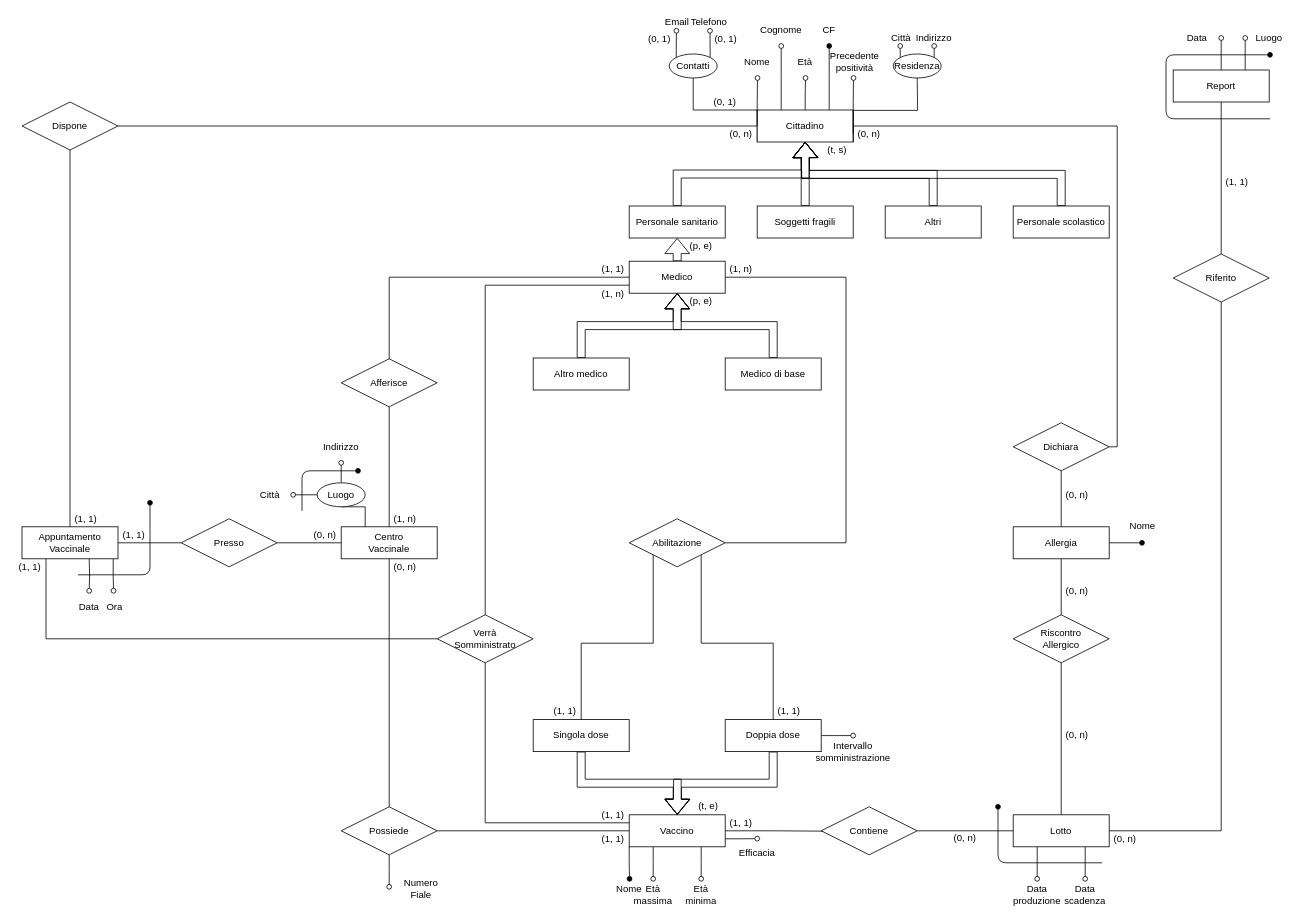
Before: page "ERv2" (2 of 8) of ER.drawio in TheFlonet/DB, a draw.io diagram. Source tidied: cells renumbered, new cells numbered last; positions are measured from the earlier drawing's top-left corner, leaving out a move shared by most shapes. Both pictures are drawn from the tidied source at 80%, with x=0, y=0 at pixel (14, 14).
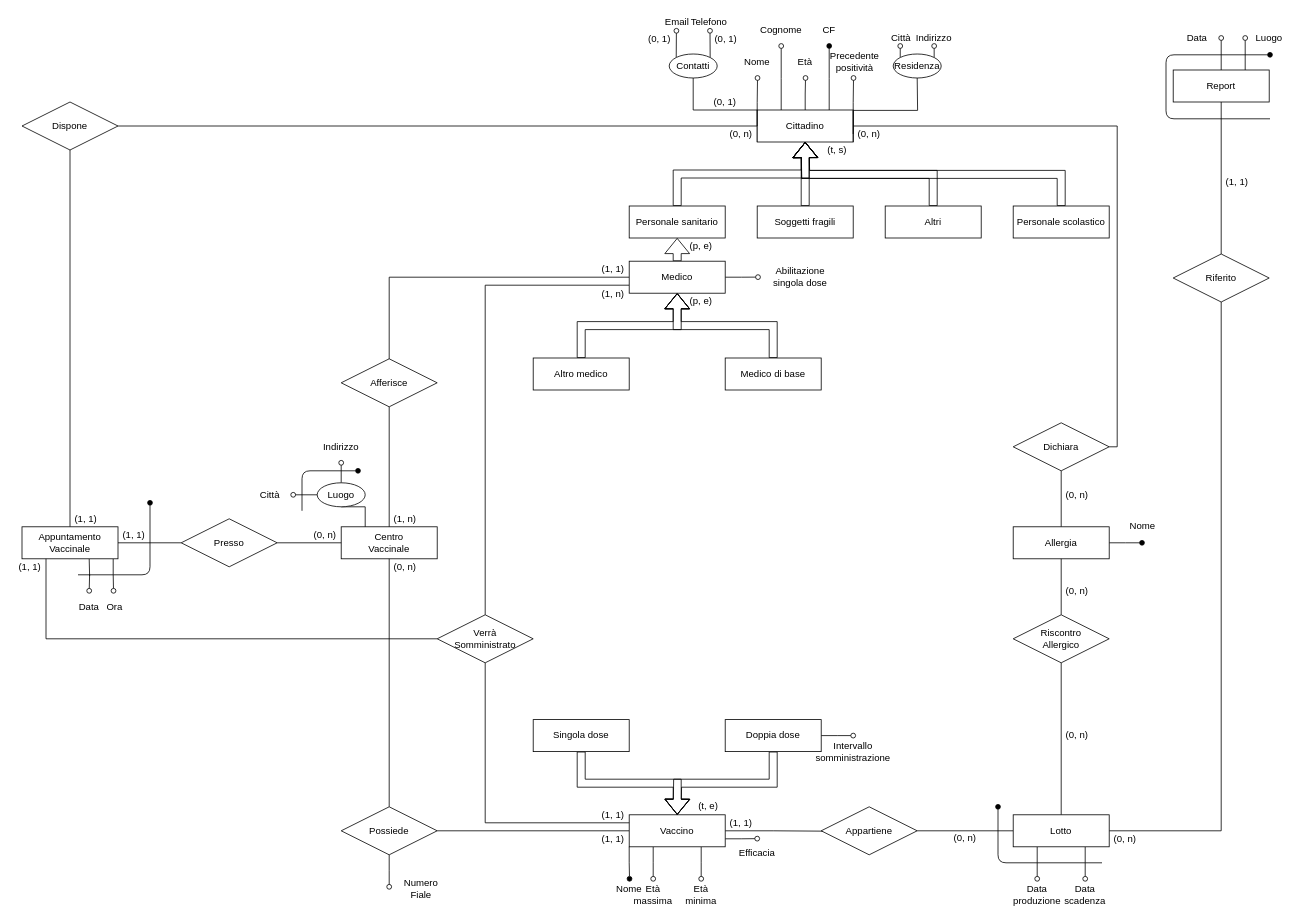
After the change.

Unchanged cells that the change refers to:
```xml
<mxCell id="10" value="Singola dose" style="whiteSpace=wrap;html=1;align=center;direction=east;" parent="1" vertex="1">
  <mxGeometry x="649" y="882" width="120" height="40" as="geometry" />
</mxCell>
<mxCell id="13" value="Doppia dose" style="whiteSpace=wrap;html=1;align=center;" parent="1" vertex="1">
  <mxGeometry x="889" y="882" width="120" height="40" as="geometry" />
</mxCell>
<mxCell id="129" value="Medico" style="whiteSpace=wrap;html=1;align=center;" parent="1" vertex="1">
  <mxGeometry x="769" y="309" width="120" height="40" as="geometry" />
</mxCell>
```

The edit, as a diff of the source:
```diff
@@
-    <mxCell id="50" value="Contiene" style="shape=rhombus;perimeter=rhombusPerimeter;whiteSpace=wrap;html=1;align=center;" parent="1" vertex="1">
+    <mxCell id="50" value="Appartiene" style="shape=rhombus;perimeter=rhombusPerimeter;whiteSpace=wrap;html=1;align=center;" parent="1" vertex="1">
       <mxGeometry x="1009" y="991" width="120" height="60" as="geometry" />
     </mxCell>
@@
+    <mxCell id="146" style="edgeStyle=orthogonalEdgeStyle;rounded=0;jettySize=auto;html=1;exitX=1;exitY=0.5;exitDx=0;exitDy=0;endArrow=oval;endFill=0;" parent="1" edge="1" source="129">
+      <mxGeometry relative="1" as="geometry">
+        <mxPoint x="930" y="328.9" as="targetPoint" />
+      </mxGeometry>
+    </mxCell>
@@
-    <mxCell id="133" style="edgeStyle=orthogonalEdgeStyle;rounded=0;jettySize=auto;html=1;exitX=1;exitY=0.5;exitDx=0;exitDy=0;entryX=1;entryY=0.5;entryDx=0;entryDy=0;endArrow=none;endFill=0;" parent="1" edge="1" source="136" target="129">
-      <mxGeometry relative="1" as="geometry">
-        <Array as="points">
-          <mxPoint x="1040" y="661" />
-          <mxPoint x="1040" y="329" />
-        </Array>
-      </mxGeometry>
-    </mxCell>
-    <mxCell id="134" style="edgeStyle=orthogonalEdgeStyle;rounded=0;jettySize=auto;html=1;exitX=0;exitY=1;exitDx=0;exitDy=0;entryX=0.5;entryY=0;entryDx=0;entryDy=0;endArrow=none;endFill=0;" parent="1" edge="1" source="136" target="10">
-      <mxGeometry relative="1" as="geometry" />
-    </mxCell>
-    <mxCell id="135" style="edgeStyle=orthogonalEdgeStyle;rounded=0;jettySize=auto;html=1;exitX=1;exitY=1;exitDx=0;exitDy=0;entryX=0.5;entryY=0;entryDx=0;entryDy=0;endArrow=none;endFill=0;" parent="1" edge="1" source="136" target="13">
-      <mxGeometry relative="1" as="geometry" />
-    </mxCell>
-    <mxCell id="136" value="Abilitazione" style="shape=rhombus;perimeter=rhombusPerimeter;whiteSpace=wrap;html=1;align=center;" parent="1" vertex="1">
-      <mxGeometry x="769" y="631" width="120" height="60" as="geometry" />
-    </mxCell>
-    <mxCell id="137" value="(1, 1)" style="text;html=1;strokeColor=none;fillColor=none;align=center;verticalAlign=middle;whiteSpace=wrap;rounded=0;" parent="1" vertex="1">
-      <mxGeometry x="949" y="862" width="40" height="20" as="geometry" />
-    </mxCell>
-    <mxCell id="138" value="(1, 1)" style="text;html=1;strokeColor=none;fillColor=none;align=center;verticalAlign=middle;whiteSpace=wrap;rounded=0;" parent="1" vertex="1">
-      <mxGeometry x="669" y="862" width="40" height="20" as="geometry" />
-    </mxCell>
-    <mxCell id="139" value="(1, n)" style="text;html=1;strokeColor=none;fillColor=none;align=center;verticalAlign=middle;whiteSpace=wrap;rounded=0;" parent="1" vertex="1">
-      <mxGeometry x="889" y="309" width="40" height="20" as="geometry" />
-    </mxCell>
@@
+    <mxCell id="147" value="Abilitazione singola dose" style="text;html=1;strokeColor=none;fillColor=none;align=center;verticalAlign=middle;whiteSpace=wrap;rounded=0;" parent="1" vertex="1">
+      <mxGeometry x="946" y="319" width="74" height="20" as="geometry" />
+    </mxCell>
```
